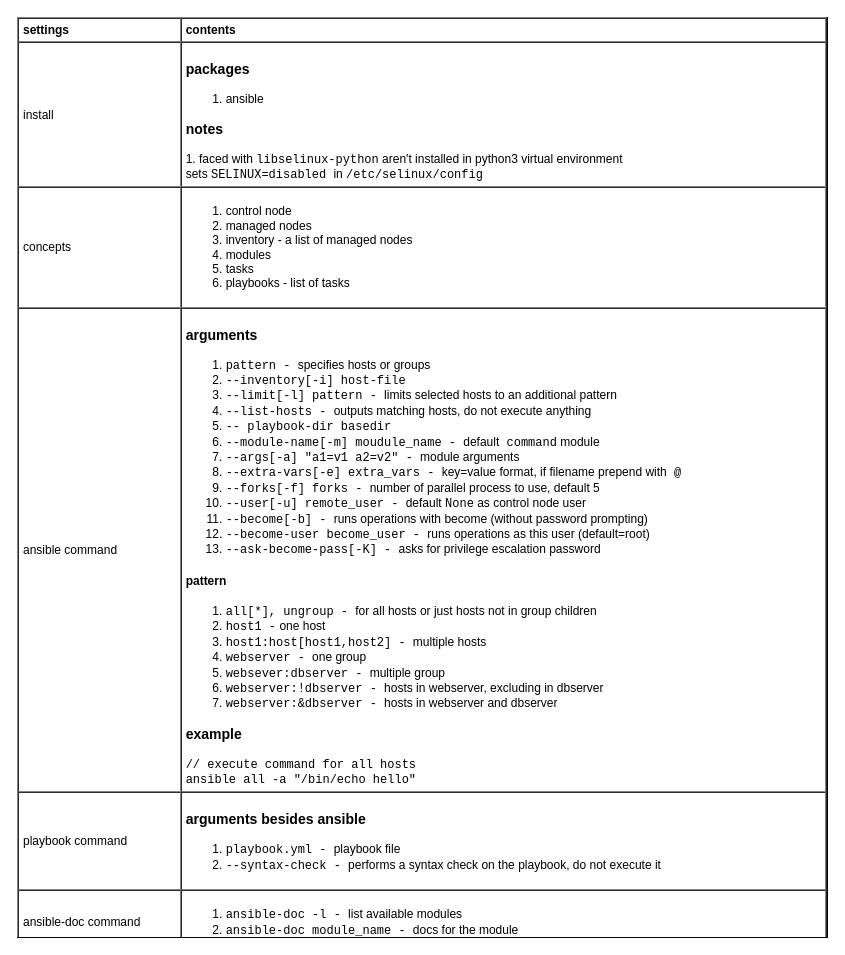
Earlier version of the draw.io diagram page "ansible" (1 of 4) of languages/python/ansible.drawio (yangdj/tf_docs). Source tidied: cells renumbered, new cells numbered last; positions are measured from the earlier drawing's top-left corner, leaving out a move shared by most shapes. Both pictures are drawn from the tidied source at 100%, with x=0, y=0 at pixel (17, 17).
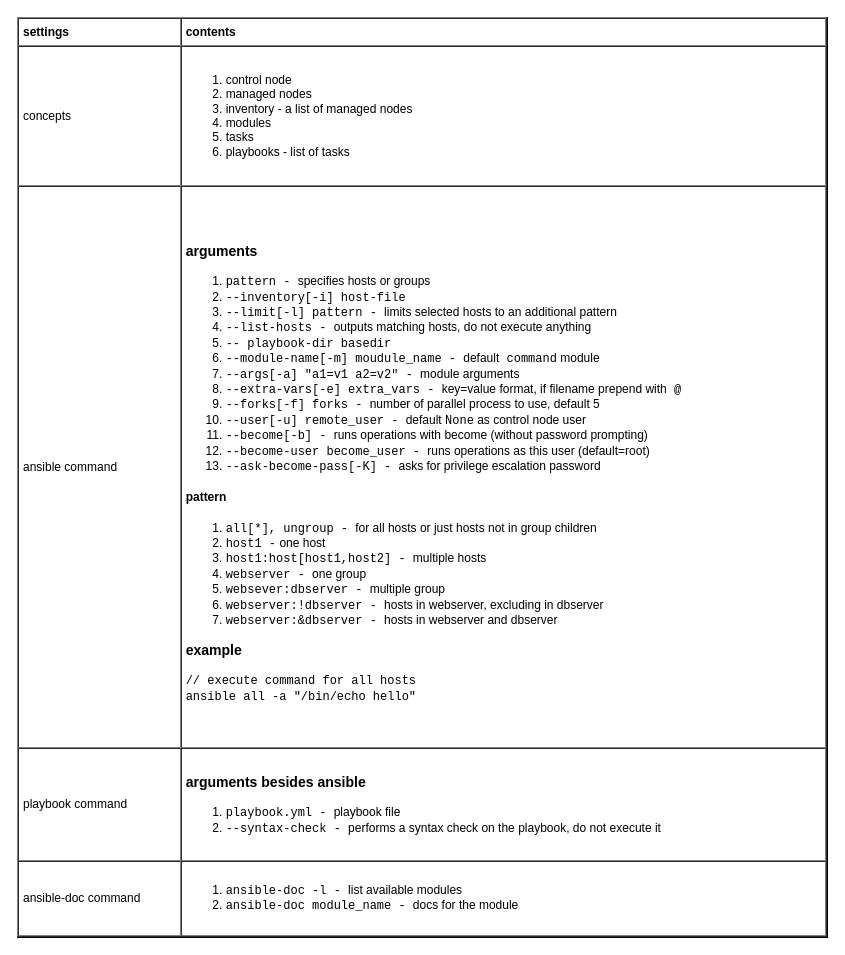
The same page after the edit.

Diff of the diagram source:
```diff
@@
 <mxGraphModel>
   <root>
     <mxCell id="0" />
     <mxCell id="1" parent="0" />
-    <mxCell id="2" value="&lt;table cellpadding=&quot;4&quot; cellspacing=&quot;0&quot; border=&quot;1&quot; style=&quot;font-size: 1em ; width: 100% ; height: 100%&quot;&gt;&lt;tbody&gt;&lt;tr&gt;&lt;th&gt;settings&lt;/th&gt;&lt;th&gt;contents&lt;/th&gt;&lt;/tr&gt;&lt;tr&gt;&lt;td&gt;install&lt;/td&gt;&lt;td&gt;&lt;h3&gt;packages&lt;/h3&gt;&lt;ol&gt;&lt;li&gt;ansible&lt;/li&gt;&lt;/ol&gt;&lt;h3&gt;notes&lt;/h3&gt;&lt;div&gt;1. faced with &lt;font face=&quot;Courier New&quot;&gt;libselinux-python&lt;/font&gt; aren't installed in python3 virtual environment&lt;/div&gt;&lt;div&gt;sets &lt;font face=&quot;Courier New&quot;&gt;SELINUX=disabled&amp;nbsp;&lt;/font&gt;&lt;span style=&quot;font-size: 1em&quot;&gt;in &lt;font face=&quot;Courier New&quot;&gt;/etc/selinux/config&lt;/font&gt;&lt;/span&gt;&lt;span style=&quot;font-size: 1em&quot;&gt;&amp;nbsp;&lt;/span&gt;&lt;br&gt;&lt;/div&gt;&lt;/td&gt;&lt;/tr&gt;&lt;tr&gt;&lt;td&gt;concepts&lt;/td&gt;&lt;td&gt;&lt;ol&gt;&lt;li&gt;control node&lt;/li&gt;&lt;li&gt;managed nodes&lt;/li&gt;&lt;li&gt;inventory - a list of managed nodes&lt;/li&gt;&lt;li&gt;modules&lt;/li&gt;&lt;li&gt;tasks&lt;/li&gt;&lt;li&gt;playbooks - list of tasks&lt;/li&gt;&lt;/ol&gt;&lt;/td&gt;&lt;/tr&gt;&lt;tr&gt;&lt;td&gt;ansible command&lt;/td&gt;&lt;td&gt;&lt;h3&gt;arguments&lt;/h3&gt;&lt;ol&gt;&lt;li&gt;&lt;font face=&quot;Courier New&quot;&gt;pattern - &lt;/font&gt;specifies&amp;nbsp;hosts or groups&lt;/li&gt;&lt;li&gt;&lt;font face=&quot;Courier New&quot;&gt;--inventory[-i] host-file&lt;/font&gt;&lt;/li&gt;&lt;li&gt;&lt;font face=&quot;Courier New&quot;&gt;--limit[-l] pattern - &lt;/font&gt;limits selected hosts to an additional pattern&lt;/li&gt;&lt;li&gt;&lt;font face=&quot;Courier New&quot;&gt;--list-hosts - &lt;/font&gt;outputs matching hosts, do not execute anything&lt;/li&gt;&lt;li&gt;&lt;font face=&quot;Courier New&quot;&gt;-- playbook-dir basedir&lt;/font&gt;&lt;/li&gt;&lt;li&gt;&lt;font face=&quot;Courier New&quot;&gt;--module-name[-m] moudule_name - &lt;/font&gt;default&lt;font face=&quot;Courier New&quot;&gt; command&lt;/font&gt; module&lt;/li&gt;&lt;li&gt;&lt;font face=&quot;Courier New&quot;&gt;--args[-a] &quot;a1=v1 a2=v2&quot; - &lt;/font&gt;module arguments&lt;/li&gt;&lt;li&gt;&lt;font face=&quot;Courier New&quot;&gt;--extra-vars[-e] extra_vars - &lt;/font&gt;key=value format, if filename prepend with&lt;font face=&quot;Courier New&quot;&gt; @&lt;/font&gt;&lt;/li&gt;&lt;li&gt;&lt;font face=&quot;Courier New&quot;&gt;--forks[-f] forks - &lt;/font&gt;number of parallel process to use, default 5&lt;/li&gt;&lt;li&gt;&lt;font face=&quot;Courier New&quot;&gt;--user[-u] remote_user - &lt;/font&gt;default &lt;font face=&quot;Courier New&quot;&gt;None&lt;/font&gt; as control node user&lt;/li&gt;&lt;li&gt;&lt;font face=&quot;Courier New&quot;&gt;--become[-b] - &lt;/font&gt;runs operations with become (without password prompting)&lt;/li&gt;&lt;li&gt;&lt;font face=&quot;Courier New&quot;&gt;--become-user become_user -&amp;nbsp;&lt;/font&gt;runs operations as this user (default=root)&lt;/li&gt;&lt;li&gt;&lt;font face=&quot;Courier New&quot;&gt;--ask-become-pass[-K] -&amp;nbsp;&lt;/font&gt;asks for privilege escalation password&lt;/li&gt;&lt;/ol&gt;&lt;h4&gt;pattern&lt;/h4&gt;&lt;div&gt;&lt;ol&gt;&lt;li&gt;&lt;font face=&quot;Courier New&quot;&gt;all[*], ungroup - &lt;/font&gt;for all hosts or just hosts not in group children&lt;/li&gt;&lt;li&gt;&lt;font face=&quot;Courier New&quot;&gt;host1 -&lt;/font&gt; one host&lt;/li&gt;&lt;li&gt;&lt;font face=&quot;Courier New&quot;&gt;host1:host[host1,host2] - &lt;/font&gt;multiple hosts&lt;/li&gt;&lt;li&gt;&lt;font face=&quot;Courier New&quot;&gt;webserver - &lt;/font&gt;one group&lt;/li&gt;&lt;li&gt;&lt;font face=&quot;Courier New&quot;&gt;websever:dbserver - &lt;/font&gt;multiple group&lt;/li&gt;&lt;li&gt;&lt;font face=&quot;Courier New&quot;&gt;webserver:!dbserver - &lt;/font&gt;hosts in webserver, excluding in dbserver&lt;/li&gt;&lt;li&gt;&lt;font face=&quot;Courier New&quot;&gt;webserver:&amp;amp;dbserver - &lt;/font&gt;hosts in webserver and dbserver&lt;/li&gt;&lt;/ol&gt;&lt;h3&gt;example&lt;/h3&gt;&lt;/div&gt;&lt;div&gt;&lt;font face=&quot;Courier New&quot;&gt;// execute command for all hosts&lt;/font&gt;&lt;/div&gt;&lt;div&gt;&lt;font face=&quot;Courier New&quot;&gt;ansible all -a &quot;/bin/echo hello&quot;&lt;/font&gt;&lt;/div&gt;&lt;/td&gt;&lt;/tr&gt;&lt;tr&gt;&lt;td&gt;playbook command&lt;/td&gt;&lt;td&gt;&lt;h3&gt;arguments besides ansible&lt;/h3&gt;&lt;div&gt;&lt;ol&gt;&lt;li&gt;&lt;font face=&quot;Courier New&quot;&gt;playbook.yml - &lt;/font&gt;playbook file&lt;/li&gt;&lt;li&gt;&lt;font face=&quot;Courier New&quot;&gt;--syntax-check - &lt;/font&gt;performs a syntax check on the playbook, do not execute it&lt;/li&gt;&lt;/ol&gt;&lt;/div&gt;&lt;/td&gt;&lt;/tr&gt;&lt;tr&gt;&lt;td&gt;ansible-doc command&lt;/td&gt;&lt;td&gt;&lt;ol&gt;&lt;li&gt;&lt;font face=&quot;Courier New&quot;&gt;ansible-doc -l - &lt;/font&gt;list available modules&lt;/li&gt;&lt;li&gt;&lt;font face=&quot;Courier New&quot;&gt;ansible-doc module_name - &lt;/font&gt;docs for the module&lt;/li&gt;&lt;/ol&gt;&lt;/td&gt;&lt;/tr&gt;&lt;/tbody&gt;&lt;/table&gt; " style="verticalAlign=top;align=left;overflow=fill;fontSize=12;fontFamily=Helvetica;html=1;" parent="1" vertex="1">
+    <mxCell id="2" value="&lt;table cellpadding=&quot;4&quot; cellspacing=&quot;0&quot; border=&quot;1&quot; style=&quot;font-size: 1em ; width: 100% ; height: 100%&quot;&gt;&lt;tbody&gt;&lt;tr&gt;&lt;th&gt;settings&lt;/th&gt;&lt;th&gt;contents&lt;/th&gt;&lt;/tr&gt;&lt;tr&gt;&lt;td&gt;concepts&lt;/td&gt;&lt;td&gt;&lt;ol&gt;&lt;li&gt;control node&lt;/li&gt;&lt;li&gt;managed nodes&lt;/li&gt;&lt;li&gt;inventory - a list of managed nodes&lt;/li&gt;&lt;li&gt;modules&lt;/li&gt;&lt;li&gt;tasks&lt;/li&gt;&lt;li&gt;playbooks - list of tasks&lt;/li&gt;&lt;/ol&gt;&lt;/td&gt;&lt;/tr&gt;&lt;tr&gt;&lt;td&gt;ansible command&lt;/td&gt;&lt;td&gt;&lt;h3&gt;arguments&lt;/h3&gt;&lt;ol&gt;&lt;li&gt;&lt;font face=&quot;Courier New&quot;&gt;pattern - &lt;/font&gt;specifies&amp;nbsp;hosts or groups&lt;/li&gt;&lt;li&gt;&lt;font face=&quot;Courier New&quot;&gt;--inventory[-i] host-file&lt;/font&gt;&lt;/li&gt;&lt;li&gt;&lt;font face=&quot;Courier New&quot;&gt;--limit[-l] pattern - &lt;/font&gt;limits selected hosts to an additional pattern&lt;/li&gt;&lt;li&gt;&lt;font face=&quot;Courier New&quot;&gt;--list-hosts - &lt;/font&gt;outputs matching hosts, do not execute anything&lt;/li&gt;&lt;li&gt;&lt;font face=&quot;Courier New&quot;&gt;-- playbook-dir basedir&lt;/font&gt;&lt;/li&gt;&lt;li&gt;&lt;font face=&quot;Courier New&quot;&gt;--module-name[-m] moudule_name - &lt;/font&gt;default&lt;font face=&quot;Courier New&quot;&gt; command&lt;/font&gt; module&lt;/li&gt;&lt;li&gt;&lt;font face=&quot;Courier New&quot;&gt;--args[-a] &quot;a1=v1 a2=v2&quot; - &lt;/font&gt;module arguments&lt;/li&gt;&lt;li&gt;&lt;font face=&quot;Courier New&quot;&gt;--extra-vars[-e] extra_vars - &lt;/font&gt;key=value format, if filename prepend with&lt;font face=&quot;Courier New&quot;&gt; @&lt;/font&gt;&lt;/li&gt;&lt;li&gt;&lt;font face=&quot;Courier New&quot;&gt;--forks[-f] forks - &lt;/font&gt;number of parallel process to use, default 5&lt;/li&gt;&lt;li&gt;&lt;font face=&quot;Courier New&quot;&gt;--user[-u] remote_user - &lt;/font&gt;default &lt;font face=&quot;Courier New&quot;&gt;None&lt;/font&gt; as control node user&lt;/li&gt;&lt;li&gt;&lt;font face=&quot;Courier New&quot;&gt;--become[-b] - &lt;/font&gt;runs operations with become (without password prompting)&lt;/li&gt;&lt;li&gt;&lt;font face=&quot;Courier New&quot;&gt;--become-user become_user -&amp;nbsp;&lt;/font&gt;runs operations as this user (default=root)&lt;/li&gt;&lt;li&gt;&lt;font face=&quot;Courier New&quot;&gt;--ask-become-pass[-K] -&amp;nbsp;&lt;/font&gt;asks for privilege escalation password&lt;/li&gt;&lt;/ol&gt;&lt;h4&gt;pattern&lt;/h4&gt;&lt;div&gt;&lt;ol&gt;&lt;li&gt;&lt;font face=&quot;Courier New&quot;&gt;all[*], ungroup - &lt;/font&gt;for all hosts or just hosts not in group children&lt;/li&gt;&lt;li&gt;&lt;font face=&quot;Courier New&quot;&gt;host1 -&lt;/font&gt; one host&lt;/li&gt;&lt;li&gt;&lt;font face=&quot;Courier New&quot;&gt;host1:host[host1,host2] - &lt;/font&gt;multiple hosts&lt;/li&gt;&lt;li&gt;&lt;font face=&quot;Courier New&quot;&gt;webserver - &lt;/font&gt;one group&lt;/li&gt;&lt;li&gt;&lt;font face=&quot;Courier New&quot;&gt;websever:dbserver - &lt;/font&gt;multiple group&lt;/li&gt;&lt;li&gt;&lt;font face=&quot;Courier New&quot;&gt;webserver:!dbserver - &lt;/font&gt;hosts in webserver, excluding in dbserver&lt;/li&gt;&lt;li&gt;&lt;font face=&quot;Courier New&quot;&gt;webserver:&amp;amp;dbserver - &lt;/font&gt;hosts in webserver and dbserver&lt;/li&gt;&lt;/ol&gt;&lt;h3&gt;example&lt;/h3&gt;&lt;/div&gt;&lt;div&gt;&lt;font face=&quot;Courier New&quot;&gt;// execute command for all hosts&lt;/font&gt;&lt;/div&gt;&lt;div&gt;&lt;font face=&quot;Courier New&quot;&gt;ansible all -a &quot;/bin/echo hello&quot;&lt;/font&gt;&lt;/div&gt;&lt;/td&gt;&lt;/tr&gt;&lt;tr&gt;&lt;td&gt;playbook command&lt;/td&gt;&lt;td&gt;&lt;h3&gt;arguments besides ansible&lt;/h3&gt;&lt;div&gt;&lt;ol&gt;&lt;li&gt;&lt;font face=&quot;Courier New&quot;&gt;playbook.yml - &lt;/font&gt;playbook file&lt;/li&gt;&lt;li&gt;&lt;font face=&quot;Courier New&quot;&gt;--syntax-check - &lt;/font&gt;performs a syntax check on the playbook, do not execute it&lt;/li&gt;&lt;/ol&gt;&lt;/div&gt;&lt;/td&gt;&lt;/tr&gt;&lt;tr&gt;&lt;td&gt;ansible-doc command&lt;/td&gt;&lt;td&gt;&lt;ol&gt;&lt;li&gt;&lt;font face=&quot;Courier New&quot;&gt;ansible-doc -l - &lt;/font&gt;list available modules&lt;/li&gt;&lt;li&gt;&lt;font face=&quot;Courier New&quot;&gt;ansible-doc module_name - &lt;/font&gt;docs for the module&lt;/li&gt;&lt;/ol&gt;&lt;/td&gt;&lt;/tr&gt;&lt;/tbody&gt;&lt;/table&gt; " style="verticalAlign=top;align=left;overflow=fill;fontSize=12;fontFamily=Helvetica;html=1;" parent="1" vertex="1">
       <mxGeometry width="810" height="920" as="geometry" />
     </mxCell>
   </root>
 </mxGraphModel>
```
